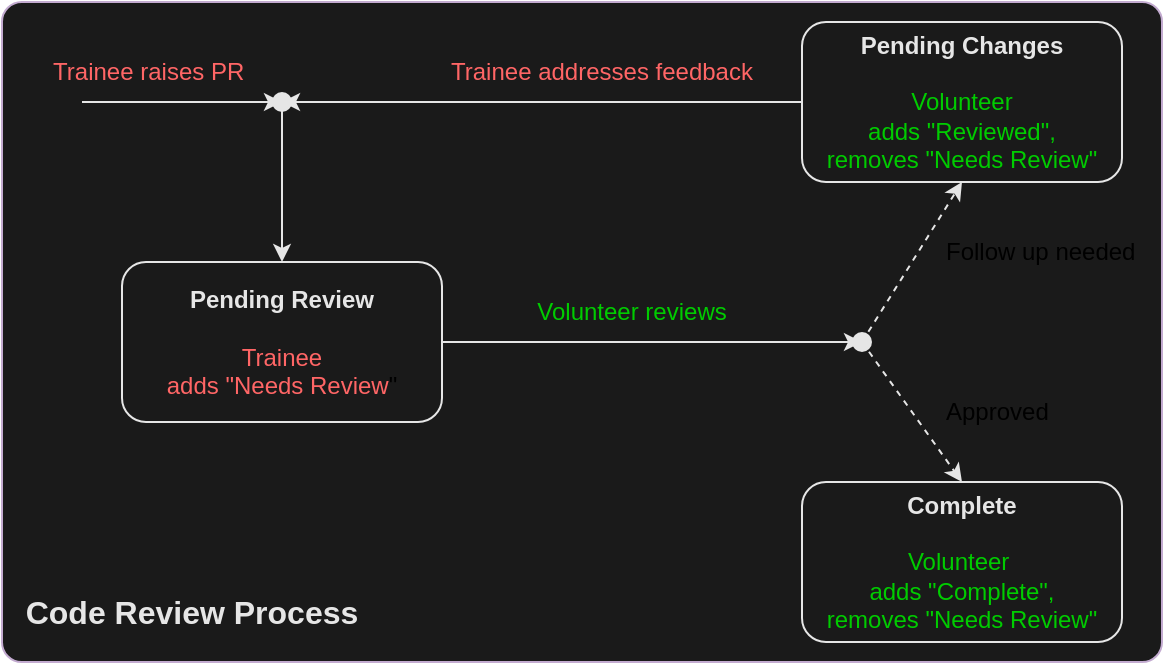
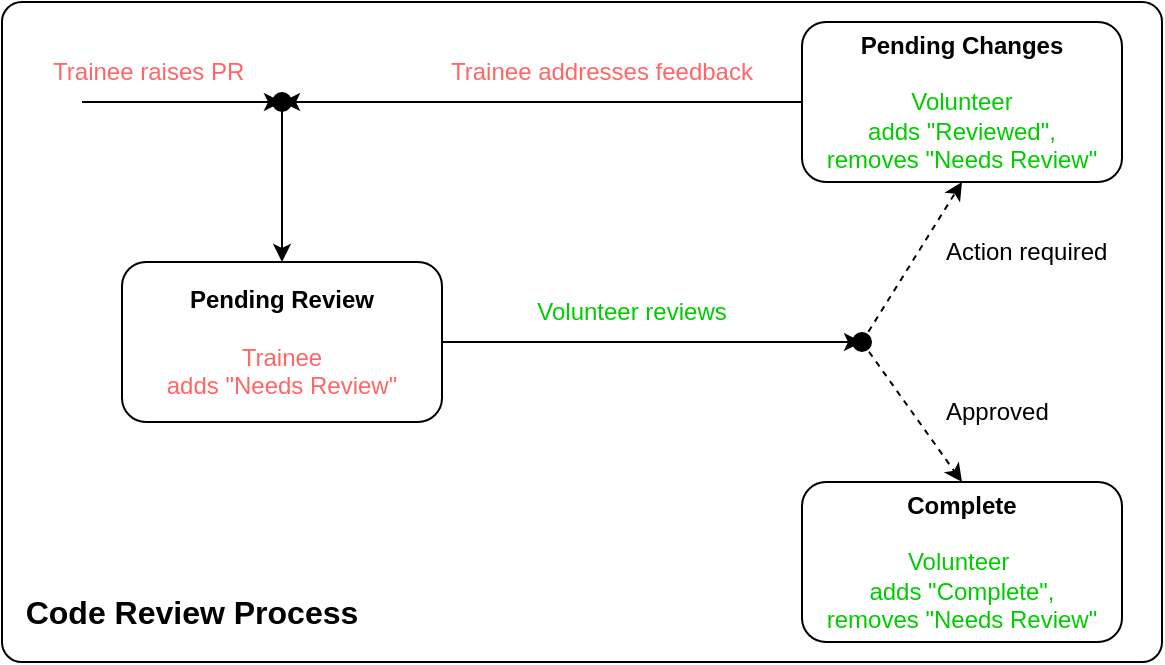
<mxfile host="app.diagrams.net">
  <diagram name="Page-1" id="8Y0jhFyZET13FULPlayK">
    <mxGraphModel dx="1352" dy="791" grid="1" gridSize="10" guides="1" tooltips="1" connect="1" arrows="1" fold="1" page="1" pageScale="1" pageWidth="827" pageHeight="1169" math="0" shadow="0">
      <root>
        <mxCell id="0" />
        <mxCell id="1" parent="0" />
-         <mxCell id="gB5t9e8_fdN2MF5tykgO-50" parent="1" style="rounded=1;whiteSpace=wrap;html=1;fillColor=#1A1A1A;arcSize=3;strokeColor=#C3ABD0;" value="" vertex="1">
+         <mxCell id="gB5t9e8_fdN2MF5tykgO-50" parent="1" style="rounded=1;whiteSpace=wrap;html=1;fillColor=#FFFFFF;arcSize=3;strokeColor=#000000;" value="" vertex="1">
          <mxGeometry height="330" width="580" x="120" y="150" as="geometry" />
        </mxCell>
-         <mxCell id="gB5t9e8_fdN2MF5tykgO-2" edge="1" parent="1" source="gB5t9e8_fdN2MF5tykgO-43" style="endArrow=classic;html=1;rounded=0;entryX=0.5;entryY=1;entryDx=0;entryDy=0;exitX=0.7;exitY=0.275;exitDx=0;exitDy=0;exitPerimeter=0;dashed=1;strokeWidth=1;fillColor=#f5f5f5;strokeColor=#E6E6E6;" target="gB5t9e8_fdN2MF5tykgO-16" value="">
+         <mxCell id="gB5t9e8_fdN2MF5tykgO-2" edge="1" parent="1" source="gB5t9e8_fdN2MF5tykgO-43" style="endArrow=classic;html=1;rounded=0;entryX=0.5;entryY=1;entryDx=0;entryDy=0;exitX=0.7;exitY=0.275;exitDx=0;exitDy=0;exitPerimeter=0;dashed=1;strokeWidth=1;fillColor=#f5f5f5;strokeColor=#000000;" target="gB5t9e8_fdN2MF5tykgO-16" value="">
          <mxGeometry height="50" relative="1" width="50" as="geometry">
            <mxPoint x="500" y="290" as="sourcePoint" />
            <mxPoint x="600" y="250" as="targetPoint" />
          </mxGeometry>
        </mxCell>
-         <mxCell id="gB5t9e8_fdN2MF5tykgO-15" parent="1" style="rounded=1;whiteSpace=wrap;html=1;fillColor=none;strokeColor=#E6E6E6;" value="&lt;div&gt;&lt;b&gt;&lt;font style=&quot;color: rgb(230, 230, 230);&quot;&gt;Pending Review&lt;/font&gt;&lt;/b&gt;&lt;/div&gt;&lt;div&gt;&lt;b&gt;&lt;br&gt;&lt;/b&gt;&lt;/div&gt;&lt;div&gt;&lt;font style=&quot;color: rgb(255, 102, 102);&quot;&gt;Trainee&lt;/font&gt;&lt;/div&gt;&lt;div&gt;&lt;font style=&quot;color: rgb(255, 102, 102);&quot;&gt;adds&amp;nbsp;&lt;span style=&quot;background-color: transparent;&quot;&gt;&quot;Needs Review&lt;/span&gt;&lt;/font&gt;&lt;span style=&quot;background-color: transparent; color: light-dark(rgb(0, 0, 0), rgb(255, 255, 255));&quot;&gt;&quot;&lt;/span&gt;&lt;/div&gt;" vertex="1">
+         <mxCell id="gB5t9e8_fdN2MF5tykgO-15" parent="1" style="rounded=1;whiteSpace=wrap;html=1;fillColor=none;strokeColor=#000000;" value="&lt;div&gt;&lt;b&gt;&lt;font style=&quot;color: rgb(0, 0, 0);&quot;&gt;Pending Review&lt;/font&gt;&lt;/b&gt;&lt;/div&gt;&lt;div&gt;&lt;b&gt;&lt;br&gt;&lt;/b&gt;&lt;/div&gt;&lt;div&gt;&lt;font style=&quot;color: rgb(255, 102, 102);&quot;&gt;Trainee&lt;/font&gt;&lt;/div&gt;&lt;div&gt;&lt;font style=&quot;color: rgb(255, 102, 102);&quot;&gt;&lt;font style=&quot;&quot;&gt;adds&amp;nbsp;&lt;span style=&quot;background-color: transparent;&quot;&gt;&quot;Needs Review&lt;/span&gt;&lt;/font&gt;&lt;span style=&quot;background-color: transparent;&quot;&gt;&quot;&lt;/span&gt;&lt;/font&gt;&lt;/div&gt;" vertex="1">
          <mxGeometry height="80" width="160" x="180" y="280" as="geometry" />
        </mxCell>
-         <mxCell id="gB5t9e8_fdN2MF5tykgO-16" parent="1" style="rounded=1;whiteSpace=wrap;html=1;fillColor=none;strokeColor=#E6E6E6;" value="&lt;div&gt;&lt;b&gt;&lt;font style=&quot;color: rgb(230, 230, 230);&quot;&gt;Pending Changes&lt;/font&gt;&lt;/b&gt;&lt;/div&gt;&lt;div&gt;&lt;b&gt;&lt;br&gt;&lt;/b&gt;&lt;/div&gt;&lt;div&gt;&lt;span style=&quot;background-color: transparent;&quot;&gt;&lt;font style=&quot;color: rgb(0, 204, 0);&quot;&gt;Volunteer&lt;/font&gt;&lt;/span&gt;&lt;/div&gt;&lt;div&gt;&lt;span style=&quot;background-color: transparent;&quot;&gt;&lt;font style=&quot;color: rgb(0, 204, 0);&quot;&gt;adds &quot;Reviewed&quot;,&lt;/font&gt;&lt;/span&gt;&lt;/div&gt;&lt;div&gt;&lt;span style=&quot;background-color: transparent;&quot;&gt;&lt;font style=&quot;color: rgb(0, 204, 0);&quot;&gt;removes &quot;Needs Review&quot;&lt;/font&gt;&lt;/span&gt;&lt;/div&gt;" vertex="1">
+         <mxCell id="gB5t9e8_fdN2MF5tykgO-16" parent="1" style="rounded=1;whiteSpace=wrap;html=1;fillColor=none;strokeColor=#000000;" value="&lt;div&gt;&lt;b&gt;&lt;font style=&quot;color: rgb(0, 0, 0);&quot;&gt;Pending Changes&lt;/font&gt;&lt;/b&gt;&lt;/div&gt;&lt;div&gt;&lt;b&gt;&lt;br&gt;&lt;/b&gt;&lt;/div&gt;&lt;div&gt;&lt;span style=&quot;background-color: transparent;&quot;&gt;&lt;font style=&quot;color: rgb(0, 204, 0);&quot;&gt;Volunteer&lt;/font&gt;&lt;/span&gt;&lt;/div&gt;&lt;div&gt;&lt;span style=&quot;background-color: transparent;&quot;&gt;&lt;font style=&quot;color: rgb(0, 204, 0);&quot;&gt;adds &quot;Reviewed&quot;,&lt;/font&gt;&lt;/span&gt;&lt;/div&gt;&lt;div&gt;&lt;span style=&quot;background-color: transparent;&quot;&gt;&lt;font style=&quot;color: rgb(0, 204, 0);&quot;&gt;removes &quot;Needs Review&quot;&lt;/font&gt;&lt;/span&gt;&lt;/div&gt;" vertex="1">
          <mxGeometry height="80" width="160" x="520" y="160" as="geometry" />
        </mxCell>
-         <mxCell id="gB5t9e8_fdN2MF5tykgO-17" parent="1" style="rounded=1;whiteSpace=wrap;html=1;strokeColor=#E6E6E6;fillColor=none;" value="&lt;b&gt;&lt;font style=&quot;color: rgb(230, 230, 230);&quot;&gt;Complete&lt;/font&gt;&lt;/b&gt;&lt;div&gt;&lt;b&gt;&lt;br&gt;&lt;/b&gt;&lt;div&gt;&lt;font style=&quot;color: rgb(0, 204, 0);&quot;&gt;Volunteer&amp;nbsp;&lt;/font&gt;&lt;/div&gt;&lt;div&gt;&lt;font style=&quot;color: rgb(0, 204, 0);&quot;&gt;adds &quot;Complete&quot;,&lt;/font&gt;&lt;/div&gt;&lt;div&gt;&lt;font style=&quot;color: rgb(0, 204, 0);&quot;&gt;removes &quot;Needs Review&quot;&lt;/font&gt;&lt;/div&gt;&lt;/div&gt;" vertex="1">
+         <mxCell id="gB5t9e8_fdN2MF5tykgO-17" parent="1" style="rounded=1;whiteSpace=wrap;html=1;strokeColor=#000000;fillColor=none;" value="&lt;b&gt;&lt;font style=&quot;color: rgb(0, 0, 0);&quot;&gt;Complete&lt;/font&gt;&lt;/b&gt;&lt;div&gt;&lt;b&gt;&lt;br&gt;&lt;/b&gt;&lt;div&gt;&lt;font style=&quot;color: rgb(0, 204, 0);&quot;&gt;Volunteer&amp;nbsp;&lt;/font&gt;&lt;/div&gt;&lt;div&gt;&lt;font style=&quot;color: rgb(0, 204, 0);&quot;&gt;adds &quot;Complete&quot;,&lt;/font&gt;&lt;/div&gt;&lt;div&gt;&lt;font style=&quot;color: rgb(0, 204, 0);&quot;&gt;removes &quot;Needs Review&quot;&lt;/font&gt;&lt;/div&gt;&lt;/div&gt;" vertex="1">
          <mxGeometry height="80" width="160" x="520" y="390" as="geometry" />
        </mxCell>
        <mxCell id="gB5t9e8_fdN2MF5tykgO-19" parent="1" style="text;html=1;whiteSpace=wrap;strokeColor=none;fillColor=none;align=center;verticalAlign=middle;rounded=0;" value="&lt;font style=&quot;color: rgb(255, 102, 102);&quot;&gt;Trainee addresses feedback&lt;/font&gt;" vertex="1">
          <mxGeometry height="30" width="180" x="330" y="170" as="geometry" />
        </mxCell>
        <mxCell id="gB5t9e8_fdN2MF5tykgO-20" parent="1" style="text;html=1;whiteSpace=wrap;strokeColor=none;fillColor=none;align=center;verticalAlign=middle;rounded=0;" value="&lt;font style=&quot;color: rgb(0, 204, 0);&quot;&gt;Volunteer reviews&lt;/font&gt;" vertex="1">
          <mxGeometry height="30" width="110" x="380" y="290" as="geometry" />
        </mxCell>
-         <mxCell id="gB5t9e8_fdN2MF5tykgO-21" edge="1" parent="1" source="gB5t9e8_fdN2MF5tykgO-43" style="endArrow=classic;html=1;rounded=0;entryX=0.5;entryY=0;entryDx=0;entryDy=0;exitX=0.708;exitY=0.854;exitDx=0;exitDy=0;exitPerimeter=0;dashed=1;strokeColor=#E6E6E6;" target="gB5t9e8_fdN2MF5tykgO-17" value="">
+         <mxCell id="gB5t9e8_fdN2MF5tykgO-21" edge="1" parent="1" source="gB5t9e8_fdN2MF5tykgO-43" style="endArrow=classic;html=1;rounded=0;entryX=0.5;entryY=0;entryDx=0;entryDy=0;exitX=0.708;exitY=0.854;exitDx=0;exitDy=0;exitPerimeter=0;dashed=1;strokeColor=#000000;" target="gB5t9e8_fdN2MF5tykgO-17" value="">
          <mxGeometry height="50" relative="1" width="50" as="geometry">
            <mxPoint x="500" y="320" as="sourcePoint" />
            <mxPoint x="580" y="335" as="targetPoint" />
          </mxGeometry>
        </mxCell>
        <mxCell id="gB5t9e8_fdN2MF5tykgO-22" parent="1" style="text;html=1;whiteSpace=wrap;strokeColor=none;fillColor=none;align=center;verticalAlign=middle;rounded=0;" value="&lt;font style=&quot;color: rgb(255, 102, 102);&quot;&gt;Trainee raises PR&amp;nbsp;&lt;/font&gt;" vertex="1">
          <mxGeometry height="30" width="110" x="140" y="170" as="geometry" />
        </mxCell>
-         <mxCell id="gB5t9e8_fdN2MF5tykgO-26" edge="1" parent="1" source="gB5t9e8_fdN2MF5tykgO-44" style="endArrow=classic;html=1;rounded=0;entryX=0.5;entryY=0;entryDx=0;entryDy=0;strokeColor=#E6E6E6;" target="gB5t9e8_fdN2MF5tykgO-15" value="">
+         <mxCell id="gB5t9e8_fdN2MF5tykgO-26" edge="1" parent="1" source="gB5t9e8_fdN2MF5tykgO-44" style="endArrow=classic;html=1;rounded=0;entryX=0.5;entryY=0;entryDx=0;entryDy=0;strokeColor=#000000;" target="gB5t9e8_fdN2MF5tykgO-15" value="">
          <mxGeometry height="50" relative="1" width="50" as="geometry">
            <mxPoint x="274" y="160" as="sourcePoint" />
            <mxPoint x="290" y="230" as="targetPoint" />
          </mxGeometry>
        </mxCell>
-         <mxCell id="gB5t9e8_fdN2MF5tykgO-27" edge="1" parent="1" source="gB5t9e8_fdN2MF5tykgO-16" style="endArrow=classic;html=1;rounded=0;exitX=0;exitY=0.5;exitDx=0;exitDy=0;entryX=0.833;entryY=0.458;entryDx=0;entryDy=0;entryPerimeter=0;strokeColor=#E6E6E6;" target="gB5t9e8_fdN2MF5tykgO-44" value="">
+         <mxCell id="gB5t9e8_fdN2MF5tykgO-27" edge="1" parent="1" source="gB5t9e8_fdN2MF5tykgO-16" style="endArrow=classic;html=1;rounded=0;exitX=0;exitY=0.5;exitDx=0;exitDy=0;entryX=0.833;entryY=0.458;entryDx=0;entryDy=0;entryPerimeter=0;strokeColor=#000000;" target="gB5t9e8_fdN2MF5tykgO-44" value="">
          <mxGeometry height="50" relative="1" width="50" as="geometry">
            <mxPoint x="510" y="200" as="sourcePoint" />
            <mxPoint x="280" y="200" as="targetPoint" />
          </mxGeometry>
        </mxCell>
-         <mxCell id="gB5t9e8_fdN2MF5tykgO-30" parent="1" style="text;html=1;whiteSpace=wrap;strokeColor=none;fillColor=none;align=left;verticalAlign=middle;rounded=0;" value="Follow up needed" vertex="1">
+         <mxCell id="gB5t9e8_fdN2MF5tykgO-30" parent="1" style="text;html=1;whiteSpace=wrap;strokeColor=none;fillColor=none;align=left;verticalAlign=middle;rounded=0;" value="&lt;font style=&quot;color: rgb(0, 0, 0);&quot;&gt;Action required&lt;/font&gt;" vertex="1">
          <mxGeometry height="30" width="110" x="590" y="260" as="geometry" />
        </mxCell>
-         <mxCell id="gB5t9e8_fdN2MF5tykgO-31" parent="1" style="text;html=1;whiteSpace=wrap;strokeColor=none;fillColor=none;align=left;verticalAlign=middle;rounded=0;" value="Approved" vertex="1">
+         <mxCell id="gB5t9e8_fdN2MF5tykgO-31" parent="1" style="text;html=1;whiteSpace=wrap;strokeColor=none;fillColor=none;align=left;verticalAlign=middle;rounded=0;" value="&lt;font style=&quot;color: rgb(0, 0, 0);&quot;&gt;Approved&lt;/font&gt;" vertex="1">
          <mxGeometry height="30" width="110" x="590" y="340" as="geometry" />
        </mxCell>
-         <mxCell id="gB5t9e8_fdN2MF5tykgO-32" edge="1" parent="1" source="gB5t9e8_fdN2MF5tykgO-15" style="endArrow=classic;html=1;rounded=0;exitX=1;exitY=0.5;exitDx=0;exitDy=0;entryX=0;entryY=0.775;entryDx=0;entryDy=0;entryPerimeter=0;strokeColor=#E6E6E6;" target="gB5t9e8_fdN2MF5tykgO-43" value="">
+         <mxCell id="gB5t9e8_fdN2MF5tykgO-32" edge="1" parent="1" source="gB5t9e8_fdN2MF5tykgO-15" style="endArrow=classic;html=1;rounded=0;exitX=1;exitY=0.5;exitDx=0;exitDy=0;entryX=0;entryY=0.775;entryDx=0;entryDy=0;entryPerimeter=0;strokeColor=#000000;" target="gB5t9e8_fdN2MF5tykgO-43" value="">
          <mxGeometry height="50" relative="1" width="50" as="geometry">
            <mxPoint x="270" y="220" as="sourcePoint" />
            <mxPoint x="490" y="290" as="targetPoint" />
          </mxGeometry>
        </mxCell>
-         <mxCell id="gB5t9e8_fdN2MF5tykgO-43" parent="1" style="shape=waypoint;sketch=0;fillStyle=solid;size=6;pointerEvents=1;points=[];resizable=0;rotatable=0;perimeter=centerPerimeter;snapToPoint=1;perimeterSpacing=2;strokeWidth=3;fillColor=#E6E6E6;strokeColor=#E6E6E6;" value="" vertex="1">
+         <mxCell id="gB5t9e8_fdN2MF5tykgO-43" parent="1" style="shape=waypoint;sketch=0;fillStyle=solid;size=6;pointerEvents=1;points=[];resizable=0;rotatable=0;perimeter=centerPerimeter;snapToPoint=1;perimeterSpacing=2;strokeWidth=3;fillColor=#000000;strokeColor=#000000;" value="" vertex="1">
          <mxGeometry height="20" width="20" x="540" y="310" as="geometry" />
        </mxCell>
-         <mxCell id="gB5t9e8_fdN2MF5tykgO-44" parent="1" style="shape=waypoint;sketch=0;fillStyle=solid;size=6;pointerEvents=1;points=[];resizable=0;rotatable=0;perimeter=centerPerimeter;snapToPoint=1;perimeterSpacing=2;strokeWidth=3;fillColor=#000000;strokeColor=#E6E6E6;" value="" vertex="1">
+         <mxCell id="gB5t9e8_fdN2MF5tykgO-44" parent="1" style="shape=waypoint;sketch=0;fillStyle=solid;size=6;pointerEvents=1;points=[];resizable=0;rotatable=0;perimeter=centerPerimeter;snapToPoint=1;perimeterSpacing=2;strokeWidth=3;fillColor=#000000;strokeColor=#000000;" value="" vertex="1">
          <mxGeometry height="20" width="20" x="250" y="190" as="geometry" />
        </mxCell>
-         <mxCell id="gB5t9e8_fdN2MF5tykgO-47" edge="1" parent="1" style="endArrow=classic;html=1;rounded=0;entryX=0.917;entryY=0.917;entryDx=0;entryDy=0;entryPerimeter=0;strokeColor=#E6E6E6;" target="gB5t9e8_fdN2MF5tykgO-44" value="">
+         <mxCell id="gB5t9e8_fdN2MF5tykgO-47" edge="1" parent="1" style="endArrow=classic;html=1;rounded=0;entryX=0.917;entryY=0.917;entryDx=0;entryDy=0;entryPerimeter=0;strokeColor=#000000;" target="gB5t9e8_fdN2MF5tykgO-44" value="">
          <mxGeometry height="50" relative="1" width="50" as="geometry">
            <mxPoint x="160" y="200" as="sourcePoint" />
            <mxPoint x="480" y="250" as="targetPoint" />
          </mxGeometry>
        </mxCell>
-         <mxCell id="gB5t9e8_fdN2MF5tykgO-48" parent="1" style="text;html=1;whiteSpace=wrap;strokeColor=none;fillColor=none;align=center;verticalAlign=middle;rounded=0;" value="&lt;font style=&quot;font-size: 16px; color: rgb(230, 230, 230);&quot;&gt;&lt;b&gt;Code Review Process&lt;/b&gt;&lt;/font&gt;" vertex="1">
+         <mxCell id="gB5t9e8_fdN2MF5tykgO-48" parent="1" style="text;html=1;whiteSpace=wrap;strokeColor=none;fillColor=none;align=center;verticalAlign=middle;rounded=0;" value="&lt;font style=&quot;font-size: 16px; color: rgb(0, 0, 0);&quot;&gt;&lt;b style=&quot;&quot;&gt;Code Review Process&lt;/b&gt;&lt;/font&gt;" vertex="1">
          <mxGeometry height="30" width="190" x="120" y="440" as="geometry" />
        </mxCell>
      </root>
    </mxGraphModel>
  </diagram>
</mxfile>
